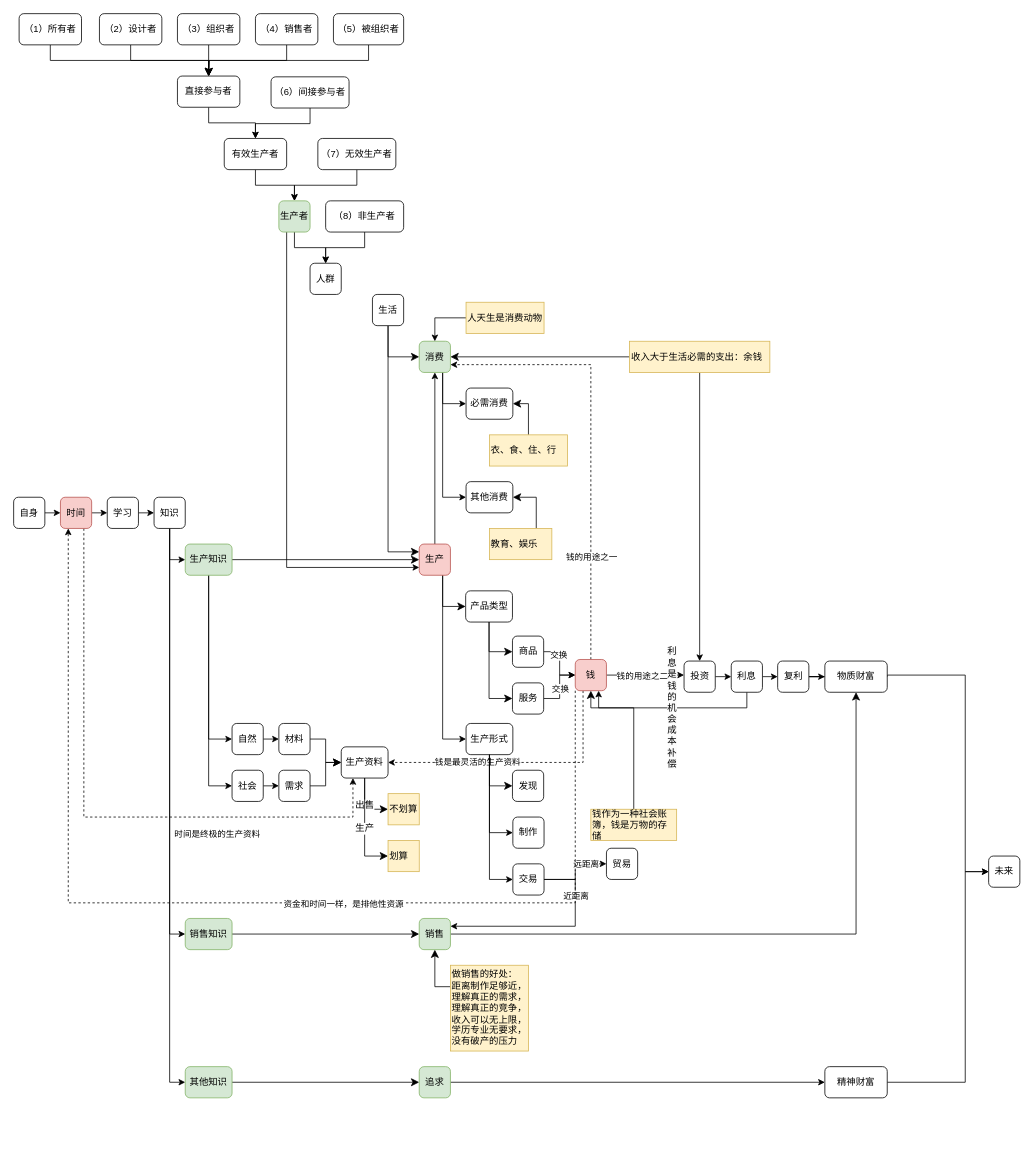
yanhanfrontend/draw.io.workspace keeps this draw.io diagram as 财富的真相.drawio. Above is the earlier version. Source tidied: cells renumbered, new cells numbered last; positions are measured from the earlier drawing's top-left corner, leaving out a move shared by most shapes. Both pictures are drawn from the tidied source at 78%, with x=0, y=0 at pixel (13, 13).
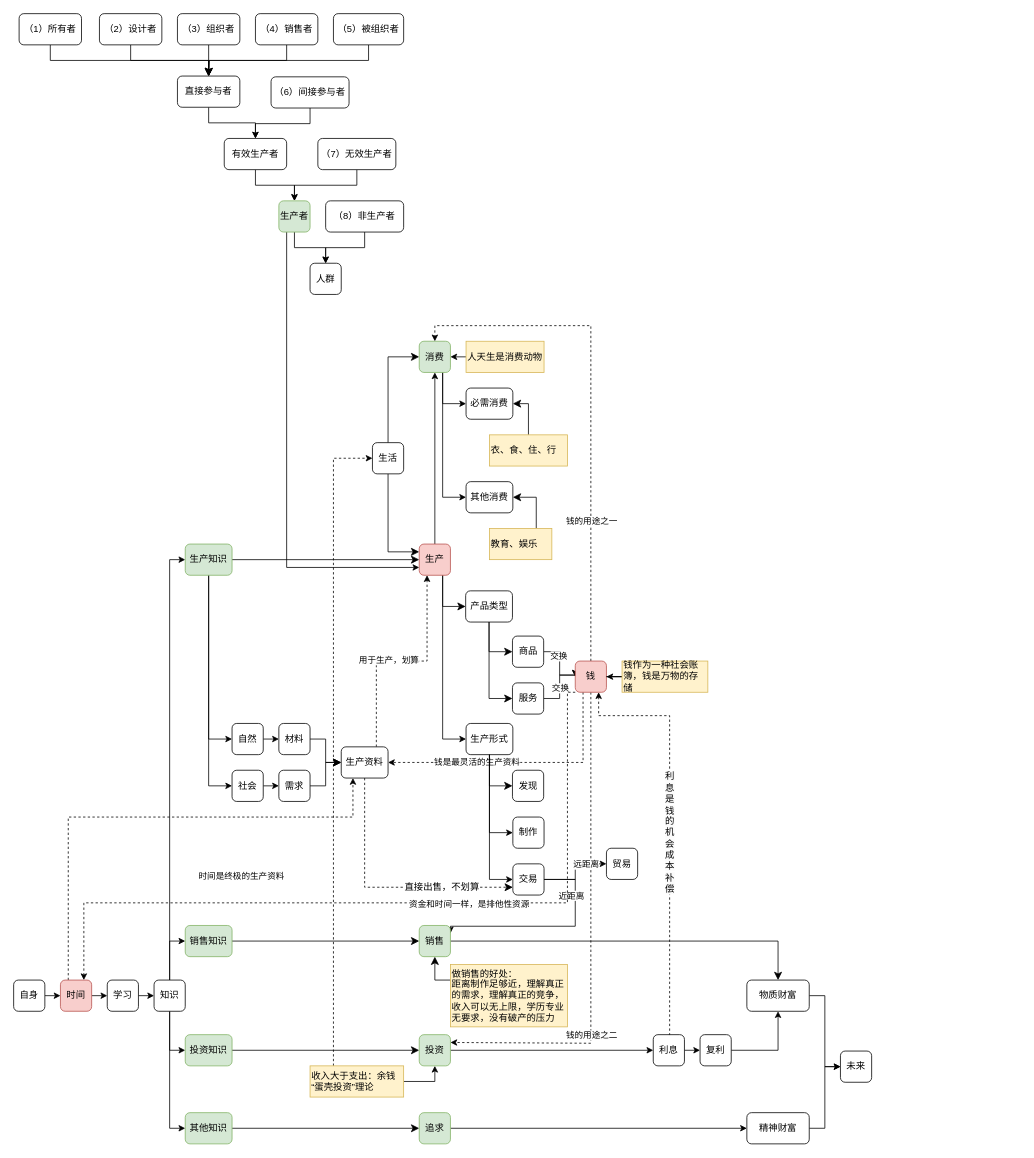
The same diagram, later.

Commit message (it also covers changes not shown here):
更新财富的真相.drawio

Unchanged cells that the change refers to:
```xml
<mxCell id="8" value="生产" style="rounded=1;whiteSpace=wrap;html=1;fillColor=#f8cecc;strokeColor=#b85450;" parent="1" vertex="1">
  <mxGeometry x="520" y="680" width="40" height="40" as="geometry" />
</mxCell>
<mxCell id="11" value="消费" style="rounded=1;whiteSpace=wrap;html=1;fillColor=#d5e8d4;strokeColor=#82b366;" parent="1" vertex="1">
  <mxGeometry x="520" y="420" width="40" height="40" as="geometry" />
</mxCell>
<mxCell id="16" value="商品" style="rounded=1;whiteSpace=wrap;html=1;" parent="1" vertex="1">
  <mxGeometry x="639.5" y="798" width="40" height="40" as="geometry" />
</mxCell>
<mxCell id="19" value="服务" style="rounded=1;whiteSpace=wrap;html=1;" parent="1" vertex="1">
  <mxGeometry x="639.5" y="858" width="40" height="40" as="geometry" />
</mxCell>
<mxCell id="34" value="生产资料" style="rounded=1;whiteSpace=wrap;html=1;" parent="1" vertex="1">
  <mxGeometry x="420" y="940" width="60" height="40" as="geometry" />
</mxCell>
<mxCell id="89" value="交易" style="rounded=1;whiteSpace=wrap;html=1;" parent="1" vertex="1">
  <mxGeometry x="640" y="1090" width="40" height="40" as="geometry" />
</mxCell>
```

Change to the diagram source:
```diff
@@
-    <mxCell id="3" style="edgeStyle=orthogonalEdgeStyle;shape=connector;rounded=0;jettySize=auto;html=1;exitX=0.5;exitY=1;exitDx=0;exitDy=0;entryX=0;entryY=0.5;entryDx=0;entryDy=0;strokeColor=default;align=center;verticalAlign=middle;fontFamily=Helvetica;fontSize=12;fontColor=default;labelBackgroundColor=default;startSize=8;endArrow=classic;endSize=8;" parent="1" edge="1" source="4" target="11">
+    <mxCell id="3" style="edgeStyle=orthogonalEdgeStyle;shape=connector;rounded=0;jettySize=auto;html=1;exitX=0.5;exitY=0;exitDx=0;exitDy=0;entryX=0;entryY=0.5;entryDx=0;entryDy=0;strokeColor=default;align=center;verticalAlign=middle;fontFamily=Helvetica;fontSize=12;fontColor=default;labelBackgroundColor=default;startSize=8;endArrow=classic;endSize=8;" parent="1" edge="1" source="4" target="11">
       <mxGeometry relative="1" as="geometry" />
     </mxCell>
     <mxCell id="4" value="生活" style="rounded=1;whiteSpace=wrap;html=1;" parent="1" vertex="1">
-      <mxGeometry x="460" y="360" width="40" height="40" as="geometry" />
+      <mxGeometry x="460" y="550" width="40" height="40" as="geometry" />
     </mxCell>
@@
     <mxCell id="14" style="edgeStyle=orthogonalEdgeStyle;rounded=0;jettySize=auto;html=1;exitX=1;exitY=0.5;exitDx=0;exitDy=0;entryX=0;entryY=0.5;entryDx=0;entryDy=0;" parent="1" edge="1" source="16" target="26">
       <mxGeometry relative="1" as="geometry">
         <Array as="points">
           <mxPoint x="700" y="818" />
           <mxPoint x="700" y="848" />
+          <mxPoint x="720" y="848" />
         </Array>
       </mxGeometry>
     </mxCell>
@@
     <mxCell id="17" style="edgeStyle=orthogonalEdgeStyle;rounded=0;jettySize=auto;html=1;exitX=1;exitY=0.5;exitDx=0;exitDy=0;entryX=0;entryY=0.5;entryDx=0;entryDy=0;" parent="1" edge="1" source="19" target="26">
       <mxGeometry relative="1" as="geometry">
         <Array as="points">
           <mxPoint x="700" y="878" />
           <mxPoint x="700" y="848" />
+          <mxPoint x="720" y="848" />
         </Array>
       </mxGeometry>
     </mxCell>
@@
-    <mxCell id="20" style="edgeStyle=orthogonalEdgeStyle;rounded=0;jettySize=auto;html=1;exitX=1;exitY=0.5;exitDx=0;exitDy=0;entryX=0;entryY=0.5;entryDx=0;entryDy=0;" parent="1" edge="1" source="26">
+    <mxCell id="20" style="edgeStyle=orthogonalEdgeStyle;rounded=0;jettySize=auto;html=1;exitX=0.5;exitY=1;exitDx=0;exitDy=0;entryX=1;entryY=0.25;entryDx=0;entryDy=0;dashed=1;" parent="1" edge="1" source="26" target="110">
       <mxGeometry relative="1" as="geometry">
-        <mxPoint x="859.5" y="848" as="targetPoint" />
+        <Array as="points">
+          <mxPoint x="740" y="1320" />
+        </Array>
       </mxGeometry>
     </mxCell>
     <mxCell id="21" value="钱的用途之二" style="edgeLabel;html=1;align=center;verticalAlign=middle;" parent="20" vertex="1">
       <mxGeometry x="-0.11" y="-1" relative="1" as="geometry">
-        <mxPoint y="-1" as="offset" />
+        <mxPoint x="1" y="159" as="offset" />
       </mxGeometry>
     </mxCell>
-    <mxCell id="22" style="edgeStyle=orthogonalEdgeStyle;rounded=0;jettySize=auto;html=1;exitX=0.5;exitY=0;exitDx=0;exitDy=0;entryX=1;entryY=0.75;entryDx=0;entryDy=0;dashed=1;" parent="1" edge="1" source="26" target="11">
+    <mxCell id="22" style="edgeStyle=orthogonalEdgeStyle;rounded=0;jettySize=auto;html=1;exitX=0.5;exitY=0;exitDx=0;exitDy=0;dashed=1;" parent="1" edge="1" source="26">
       <mxGeometry relative="1" as="geometry">
+        <mxPoint x="540" y="420" as="targetPoint" />
         <Array as="points">
-          <mxPoint x="740" y="450" />
+          <mxPoint x="740" y="400" />
+          <mxPoint x="540" y="400" />
         </Array>
       </mxGeometry>
     </mxCell>
@@
     <mxCell id="26" value="钱" style="rounded=1;whiteSpace=wrap;html=1;fillColor=#f8cecc;strokeColor=#b85450;" parent="1" vertex="1">
-      <mxGeometry x="720" y="828" width="40" height="40" as="geometry" />
+      <mxGeometry x="720" y="830" width="40" height="40" as="geometry" />
     </mxCell>
     <mxCell id="27" style="edgeStyle=orthogonalEdgeStyle;rounded=0;jettySize=auto;html=1;exitX=1;exitY=0.5;exitDx=0;exitDy=0;entryX=0;entryY=0.5;entryDx=0;entryDy=0;" parent="1" edge="1" source="28" target="104">
-      <mxGeometry relative="1" as="geometry">
-        <Array as="points">
-          <mxPoint x="1220" y="848" />
-          <mxPoint x="1220" y="1100" />
-        </Array>
-      </mxGeometry>
+      <mxGeometry relative="1" as="geometry" />
     </mxCell>
     <mxCell id="28" value="物质财富" style="rounded=1;whiteSpace=wrap;html=1;" parent="1" vertex="1">
-      <mxGeometry x="1040" y="830" width="80" height="40" as="geometry" />
+      <mxGeometry x="940" y="1239" width="80" height="40" as="geometry" />
     </mxCell>
-    <mxCell id="29" style="edgeStyle=orthogonalEdgeStyle;shape=connector;rounded=0;jettySize=auto;html=1;exitX=0;exitY=0.5;exitDx=0;exitDy=0;strokeColor=default;align=center;verticalAlign=middle;fontFamily=Helvetica;fontSize=12;fontColor=default;labelBackgroundColor=default;startSize=8;endArrow=classic;endSize=8;" parent="1" edge="1" source="31" target="11">
-      <mxGeometry relative="1" as="geometry" />
-    </mxCell>
-    <mxCell id="30" style="edgeStyle=orthogonalEdgeStyle;rounded=0;jettySize=auto;html=1;exitX=0.5;exitY=1;exitDx=0;exitDy=0;entryX=0.5;entryY=0;entryDx=0;entryDy=0;" parent="1" edge="1" source="31" target="110">
+    <mxCell id="30" style="edgeStyle=orthogonalEdgeStyle;rounded=0;jettySize=auto;html=1;exitX=1;exitY=0.5;exitDx=0;exitDy=0;entryX=0.5;entryY=1;entryDx=0;entryDy=0;" parent="1" edge="1" source="31" target="110">
       <mxGeometry relative="1" as="geometry" />
     </mxCell>
+    <mxCell id="130" style="edgeStyle=orthogonalEdgeStyle;rounded=0;jettySize=auto;html=1;exitX=0.25;exitY=0;exitDx=0;exitDy=0;entryX=0;entryY=0.5;entryDx=0;entryDy=0;dashed=1;" parent="1" edge="1" source="31" target="4">
+      <mxGeometry relative="1" as="geometry" />
+    </mxCell>
-    <mxCell id="31" value="收入大于生活必需的支出：余钱" style="text;html=1;align=left;verticalAlign=middle;whiteSpace=wrap;rounded=0;fillColor=#fff2cc;strokeColor=#d6b656;" parent="1" vertex="1">
-      <mxGeometry x="789.5" y="420" width="180" height="40" as="geometry" />
+    <mxCell id="31" value="收入大于支出：余钱&lt;div&gt;“蛋壳投资”理论&lt;/div&gt;" style="text;html=1;align=left;verticalAlign=middle;whiteSpace=wrap;rounded=0;fillColor=#fff2cc;strokeColor=#d6b656;" parent="1" vertex="1">
+      <mxGeometry x="380" y="1349" width="120" height="40" as="geometry" />
     </mxCell>
-    <mxCell id="32" value="出售" style="edgeStyle=orthogonalEdgeStyle;shape=connector;rounded=0;jettySize=auto;html=1;exitX=0.5;exitY=1;exitDx=0;exitDy=0;entryX=0;entryY=0.5;entryDx=0;entryDy=0;strokeColor=default;align=center;verticalAlign=middle;fontFamily=Helvetica;fontSize=12;fontColor=default;labelBackgroundColor=default;startSize=8;endArrow=classic;endSize=8;" parent="1" edge="1" source="34" target="120">
-      <mxGeometry relative="1" as="geometry" />
+    <mxCell id="32" value="直接出售，不划算" style="edgeStyle=orthogonalEdgeStyle;shape=connector;rounded=0;jettySize=auto;html=1;exitX=0.5;exitY=1;exitDx=0;exitDy=0;entryX=0;entryY=0.75;entryDx=0;entryDy=0;strokeColor=default;align=center;verticalAlign=middle;fontFamily=Helvetica;fontSize=12;fontColor=default;labelBackgroundColor=default;startSize=8;endArrow=classic;endSize=8;dashed=1;" parent="1" edge="1" source="34" target="89">
+      <mxGeometry x="0.45" relative="1" as="geometry" />
     </mxCell>
-    <mxCell id="33" value="生产" style="edgeStyle=orthogonalEdgeStyle;shape=connector;rounded=0;jettySize=auto;html=1;exitX=0.5;exitY=1;exitDx=0;exitDy=0;entryX=0;entryY=0.5;entryDx=0;entryDy=0;strokeColor=default;align=center;verticalAlign=middle;fontFamily=Helvetica;fontSize=12;fontColor=default;labelBackgroundColor=default;startSize=8;endArrow=classic;endSize=8;" parent="1" edge="1" source="34" target="121">
-      <mxGeometry relative="1" as="geometry" />
-    </mxCell>
+    <mxCell id="131" style="edgeStyle=orthogonalEdgeStyle;rounded=0;jettySize=auto;html=1;exitX=0.75;exitY=0;exitDx=0;exitDy=0;entryX=0.25;entryY=1;entryDx=0;entryDy=0;dashed=1;" parent="1" edge="1" source="34" target="8">
+      <mxGeometry relative="1" as="geometry" />
+    </mxCell>
+    <mxCell id="132" value="用于生产，划算" style="edgeLabel;html=1;align=center;verticalAlign=middle;" parent="131" vertex="1">
+      <mxGeometry x="-0.12" y="2" relative="1" as="geometry" />
+    </mxCell>
@@
-    <mxCell id="40" style="edgeStyle=orthogonalEdgeStyle;rounded=0;jettySize=auto;html=1;exitX=0.75;exitY=1;exitDx=0;exitDy=0;entryX=0.25;entryY=1;entryDx=0;entryDy=0;dashed=1;" parent="1" edge="1" source="42" target="34">
+    <mxCell id="40" style="edgeStyle=orthogonalEdgeStyle;rounded=0;jettySize=auto;html=1;exitX=0.25;exitY=0;exitDx=0;exitDy=0;entryX=0.25;entryY=1;entryDx=0;entryDy=0;dashed=1;" parent="1" edge="1" source="42" target="34">
       <mxGeometry relative="1" as="geometry">
         <Array as="points">
-          <mxPoint x="90" y="1030" />
+          <mxPoint x="70" y="1030" />
           <mxPoint x="435" y="1030" />
         </Array>
       </mxGeometry>
     </mxCell>
@@
     <mxCell id="42" value="时间" style="rounded=1;whiteSpace=wrap;html=1;fillColor=#f8cecc;strokeColor=#b85450;" parent="1" vertex="1">
-      <mxGeometry x="60" y="620" width="40" height="40" as="geometry" />
+      <mxGeometry x="60" y="1239" width="40" height="40" as="geometry" />
     </mxCell>
@@
     <mxCell id="48" value="自身" style="rounded=1;whiteSpace=wrap;html=1;" parent="1" vertex="1">
-      <mxGeometry y="620" width="40" height="40" as="geometry" />
+      <mxGeometry y="1239" width="40" height="40" as="geometry" />
     </mxCell>
@@
-    <mxCell id="51" style="edgeStyle=orthogonalEdgeStyle;rounded=0;jettySize=auto;html=1;exitX=0.5;exitY=1;exitDx=0;exitDy=0;entryX=0;entryY=0.5;entryDx=0;entryDy=0;" parent="1" edge="1" source="52" target="103">
+    <mxCell id="51" style="edgeStyle=orthogonalEdgeStyle;rounded=0;jettySize=auto;html=1;exitX=0.5;exitY=0;exitDx=0;exitDy=0;entryX=0;entryY=0.5;entryDx=0;entryDy=0;" parent="1" edge="1" source="52" target="103">
       <mxGeometry relative="1" as="geometry" />
     </mxCell>
+    <mxCell id="133" style="edgeStyle=orthogonalEdgeStyle;rounded=0;jettySize=auto;html=1;exitX=0.5;exitY=1;exitDx=0;exitDy=0;entryX=0;entryY=0.5;entryDx=0;entryDy=0;" parent="1" edge="1" source="52" target="135">
+      <mxGeometry relative="1" as="geometry" />
+    </mxCell>
     <mxCell id="52" value="知识" style="rounded=1;whiteSpace=wrap;html=1;" parent="1" vertex="1">
-      <mxGeometry x="180" y="620" width="40" height="40" as="geometry" />
+      <mxGeometry x="180" y="1239" width="40" height="40" as="geometry" />
     </mxCell>
     <mxCell id="53" style="edgeStyle=orthogonalEdgeStyle;rounded=0;jettySize=auto;html=1;exitX=1;exitY=0.5;exitDx=0;exitDy=0;" parent="1" edge="1" source="54">
       <mxGeometry relative="1" as="geometry">
-        <mxPoint x="180" y="640" as="targetPoint" />
+        <mxPoint x="180" y="1259" as="targetPoint" />
       </mxGeometry>
     </mxCell>
     <mxCell id="54" value="学习" style="rounded=1;whiteSpace=wrap;html=1;" parent="1" vertex="1">
-      <mxGeometry x="120" y="620" width="40" height="40" as="geometry" />
+      <mxGeometry x="120" y="1239" width="40" height="40" as="geometry" />
     </mxCell>
@@
-    <mxCell id="91" value="做销售的好处：&lt;div&gt;距离制作足够近，&lt;/div&gt;&lt;div&gt;理解真正的需求，&lt;/div&gt;&lt;div&gt;理解真正的竞争，&lt;/div&gt;&lt;div&gt;收入可以无上限，&lt;/div&gt;&lt;div&gt;学历专业无要求，&lt;/div&gt;&lt;div&gt;没有破产的压力&lt;/div&gt;" style="text;html=1;align=left;verticalAlign=middle;whiteSpace=wrap;rounded=0;fillColor=#fff2cc;strokeColor=#d6b656;" parent="1" vertex="1">
-      <mxGeometry x="560" y="1220" width="100" height="110" as="geometry" />
+    <mxCell id="91" value="做销售的好处：&lt;div&gt;距离制作足够近，&lt;span style=&quot;background-color: transparent; color: light-dark(rgb(0, 0, 0), rgb(255, 255, 255));&quot;&gt;理解真正的需求，&lt;/span&gt;&lt;span style=&quot;background-color: transparent; color: light-dark(rgb(0, 0, 0), rgb(255, 255, 255));&quot;&gt;理解真正的竞争，&lt;/span&gt;&lt;span style=&quot;background-color: transparent; color: light-dark(rgb(0, 0, 0), rgb(255, 255, 255));&quot;&gt;收入可以无上限，&lt;/span&gt;&lt;span style=&quot;background-color: transparent; color: light-dark(rgb(0, 0, 0), rgb(255, 255, 255));&quot;&gt;学历专业无要求，&lt;/span&gt;&lt;span style=&quot;background-color: transparent; color: light-dark(rgb(0, 0, 0), rgb(255, 255, 255));&quot;&gt;没有破产的压力&lt;/span&gt;&lt;/div&gt;" style="text;html=1;align=left;verticalAlign=middle;whiteSpace=wrap;rounded=0;fillColor=#fff2cc;strokeColor=#d6b656;" parent="1" vertex="1">
+      <mxGeometry x="560" y="1219" width="150" height="80" as="geometry" />
     </mxCell>
@@
     <mxCell id="97" value="其他知识" style="rounded=1;whiteSpace=wrap;html=1;fillColor=#d5e8d4;strokeColor=#82b366;" parent="1" vertex="1">
-      <mxGeometry x="220" y="1350" width="60" height="40" as="geometry" />
+      <mxGeometry x="220" y="1409" width="60" height="40" as="geometry" />
     </mxCell>
     <mxCell id="98" style="edgeStyle=orthogonalEdgeStyle;rounded=0;jettySize=auto;html=1;exitX=1;exitY=0.5;exitDx=0;exitDy=0;entryX=0;entryY=0.5;entryDx=0;entryDy=0;" parent="1" edge="1" source="99" target="104">
-      <mxGeometry relative="1" as="geometry">
-        <Array as="points">
-          <mxPoint x="1220" y="1370" />
-          <mxPoint x="1220" y="1100" />
-        </Array>
-      </mxGeometry>
+      <mxGeometry relative="1" as="geometry" />
     </mxCell>
     <mxCell id="99" value="精神财富" style="rounded=1;whiteSpace=wrap;html=1;" parent="1" vertex="1">
-      <mxGeometry x="1040" y="1350" width="80" height="40" as="geometry" />
+      <mxGeometry x="940" y="1409" width="80" height="40" as="geometry" />
     </mxCell>
@@
     <mxCell id="101" value="追求" style="rounded=1;whiteSpace=wrap;html=1;fillColor=#d5e8d4;strokeColor=#82b366;" parent="1" vertex="1">
-      <mxGeometry x="520" y="1350" width="40" height="40" as="geometry" />
+      <mxGeometry x="520" y="1409" width="40" height="40" as="geometry" />
     </mxCell>
@@
     <mxCell id="103" value="销售知识" style="rounded=1;whiteSpace=wrap;html=1;fillColor=#d5e8d4;strokeColor=#82b366;" parent="1" vertex="1">
-      <mxGeometry x="220" y="1160" width="60" height="40" as="geometry" />
+      <mxGeometry x="220" y="1169" width="60" height="40" as="geometry" />
     </mxCell>
     <mxCell id="104" value="未来" style="rounded=1;whiteSpace=wrap;html=1;" parent="1" vertex="1">
-      <mxGeometry x="1250" y="1080" width="40" height="40" as="geometry" />
+      <mxGeometry x="1060" y="1330" width="40" height="40" as="geometry" />
     </mxCell>
-    <mxCell id="105" style="edgeStyle=orthogonalEdgeStyle;shape=connector;rounded=0;jettySize=auto;html=1;strokeColor=default;align=center;verticalAlign=middle;fontFamily=Helvetica;fontSize=12;fontColor=default;labelBackgroundColor=default;startSize=8;endArrow=classic;endSize=8;" parent="1" edge="1" source="106" target="26">
-      <mxGeometry relative="1" as="geometry">
-        <Array as="points">
-          <mxPoint x="795" y="890" />
-          <mxPoint x="740" y="890" />
-        </Array>
-      </mxGeometry>
+    <mxCell id="105" style="edgeStyle=orthogonalEdgeStyle;rounded=0;jettySize=auto;html=1;exitX=0;exitY=0.5;exitDx=0;exitDy=0;" parent="1" edge="1" source="106" target="26">
+      <mxGeometry relative="1" as="geometry" />
     </mxCell>
     <mxCell id="106" value="钱作为一种社会账簿，&lt;span style=&quot;&quot;&gt;钱是万物的存储&lt;/span&gt;" style="text;html=1;align=left;verticalAlign=middle;whiteSpace=wrap;rounded=0;fillColor=#fff2cc;strokeColor=#d6b656;" parent="1" vertex="1">
-      <mxGeometry x="740" y="1020" width="110" height="40" as="geometry" />
+      <mxGeometry x="780" y="830" width="110" height="40" as="geometry" />
     </mxCell>
-    <mxCell id="107" style="edgeStyle=orthogonalEdgeStyle;rounded=0;jettySize=auto;html=1;exitX=0;exitY=1;exitDx=0;exitDy=0;entryX=0.25;entryY=1;entryDx=0;entryDy=0;dashed=1;" parent="1" edge="1" source="26" target="42">
+    <mxCell id="107" style="edgeStyle=orthogonalEdgeStyle;rounded=0;jettySize=auto;html=1;exitX=0;exitY=1;exitDx=0;exitDy=0;entryX=0.75;entryY=0;entryDx=0;entryDy=0;dashed=1;" parent="1" edge="1" source="26" target="42">
       <mxGeometry relative="1" as="geometry">
         <Array as="points">
-          <mxPoint x="720" y="1140" />
-          <mxPoint x="70" y="1140" />
+          <mxPoint x="710" y="870" />
+          <mxPoint x="710" y="1140" />
+          <mxPoint x="90" y="1140" />
         </Array>
       </mxGeometry>
     </mxCell>
@@
-    <mxCell id="110" value="投资" style="rounded=1;whiteSpace=wrap;html=1;" parent="1" vertex="1">
-      <mxGeometry x="859.5" y="830" width="40" height="40" as="geometry" />
-    </mxCell>
@@
-    <mxCell id="112" value="&lt;span style=&quot;font-size: 12px; text-align: left; text-wrap-mode: wrap; background-color: rgb(251, 251, 251);&quot;&gt;利息是钱的机会成本补偿&lt;/span&gt;" style="edgeStyle=orthogonalEdgeStyle;rounded=0;jettySize=auto;html=1;exitX=0.5;exitY=1;exitDx=0;exitDy=0;entryX=0.75;entryY=1;entryDx=0;entryDy=0;" parent="1" edge="1" source="113" target="26">
-      <mxGeometry relative="1" as="geometry" />
+    <mxCell id="112" value="&lt;span style=&quot;font-size: 12px; text-align: left; text-wrap-mode: wrap; background-color: rgb(251, 251, 251);&quot;&gt;利息是钱的机会成本补偿&lt;/span&gt;" style="edgeStyle=orthogonalEdgeStyle;rounded=0;jettySize=auto;html=1;exitX=0.5;exitY=0;exitDx=0;exitDy=0;entryX=0.75;entryY=1;entryDx=0;entryDy=0;dashed=1;" parent="1" edge="1" source="113" target="26">
+      <mxGeometry x="-0.02" relative="1" as="geometry">
+        <Array as="points">
+          <mxPoint x="841" y="900" />
+          <mxPoint x="750" y="900" />
+        </Array>
+      </mxGeometry>
     </mxCell>
     <mxCell id="113" value="利息" style="rounded=1;whiteSpace=wrap;html=1;" parent="1" vertex="1">
-      <mxGeometry x="920" y="830" width="40" height="40" as="geometry" />
+      <mxGeometry x="820" y="1309" width="40" height="40" as="geometry" />
     </mxCell>
@@
     <mxCell id="115" value="复利" style="rounded=1;whiteSpace=wrap;html=1;" parent="1" vertex="1">
-      <mxGeometry x="979.5" y="830" width="40" height="40" as="geometry" />
+      <mxGeometry x="880" y="1309" width="40" height="40" as="geometry" />
     </mxCell>
@@
-    <mxCell id="120" value="不划算" style="text;html=1;align=left;verticalAlign=middle;whiteSpace=wrap;rounded=0;fillColor=#fff2cc;strokeColor=#d6b656;" parent="1" vertex="1">
-      <mxGeometry x="480" y="1000" width="40" height="40" as="geometry" />
-    </mxCell>
-    <mxCell id="121" value="划算" style="text;html=1;align=left;verticalAlign=middle;whiteSpace=wrap;rounded=0;fillColor=#fff2cc;strokeColor=#d6b656;" parent="1" vertex="1">
-      <mxGeometry x="480" y="1060" width="40" height="40" as="geometry" />
-    </mxCell>
@@
     <mxCell id="123" value="销售" style="rounded=1;whiteSpace=wrap;html=1;fillColor=#d5e8d4;strokeColor=#82b366;" parent="1" vertex="1">
-      <mxGeometry x="520" y="1160" width="40" height="40" as="geometry" />
+      <mxGeometry x="520" y="1169" width="40" height="40" as="geometry" />
     </mxCell>
@@
-    <mxCell id="128" style="edgeStyle=orthogonalEdgeStyle;rounded=0;jettySize=auto;html=1;exitX=0;exitY=0.5;exitDx=0;exitDy=0;entryX=0.5;entryY=0;entryDx=0;entryDy=0;" parent="1" edge="1" source="129" target="11">
+    <mxCell id="128" style="edgeStyle=orthogonalEdgeStyle;rounded=0;jettySize=auto;html=1;exitX=0;exitY=0.5;exitDx=0;exitDy=0;entryX=1;entryY=0.5;entryDx=0;entryDy=0;" parent="1" edge="1" source="129" target="11">
       <mxGeometry relative="1" as="geometry" />
     </mxCell>
     <mxCell id="129" value="人天生是消费动物" style="text;html=1;align=left;verticalAlign=middle;whiteSpace=wrap;rounded=0;fillColor=#fff2cc;strokeColor=#d6b656;" parent="1" vertex="1">
-      <mxGeometry x="580" y="370" width="100" height="40" as="geometry" />
+      <mxGeometry x="580" y="420" width="100" height="40" as="geometry" />
     </mxCell>
+    <mxCell id="134" style="edgeStyle=orthogonalEdgeStyle;shape=connector;rounded=0;jettySize=auto;html=1;exitX=1;exitY=0.5;exitDx=0;exitDy=0;entryX=0;entryY=0.5;entryDx=0;entryDy=0;strokeColor=default;align=center;verticalAlign=middle;fontFamily=Helvetica;fontSize=12;fontColor=default;labelBackgroundColor=default;startSize=8;endArrow=classic;endSize=8;" parent="1" edge="1" source="135" target="110">
+      <mxGeometry relative="1" as="geometry" />
+    </mxCell>
+    <mxCell id="135" value="投资知识" style="rounded=1;whiteSpace=wrap;html=1;fillColor=#d5e8d4;strokeColor=#82b366;" parent="1" vertex="1">
+      <mxGeometry x="220" y="1309" width="60" height="40" as="geometry" />
+    </mxCell>
+    <mxCell id="110" value="投资" style="rounded=1;whiteSpace=wrap;html=1;fillColor=#d5e8d4;strokeColor=#82b366;" parent="1" vertex="1">
+      <mxGeometry x="520" y="1309" width="40" height="40" as="geometry" />
+    </mxCell>
```
